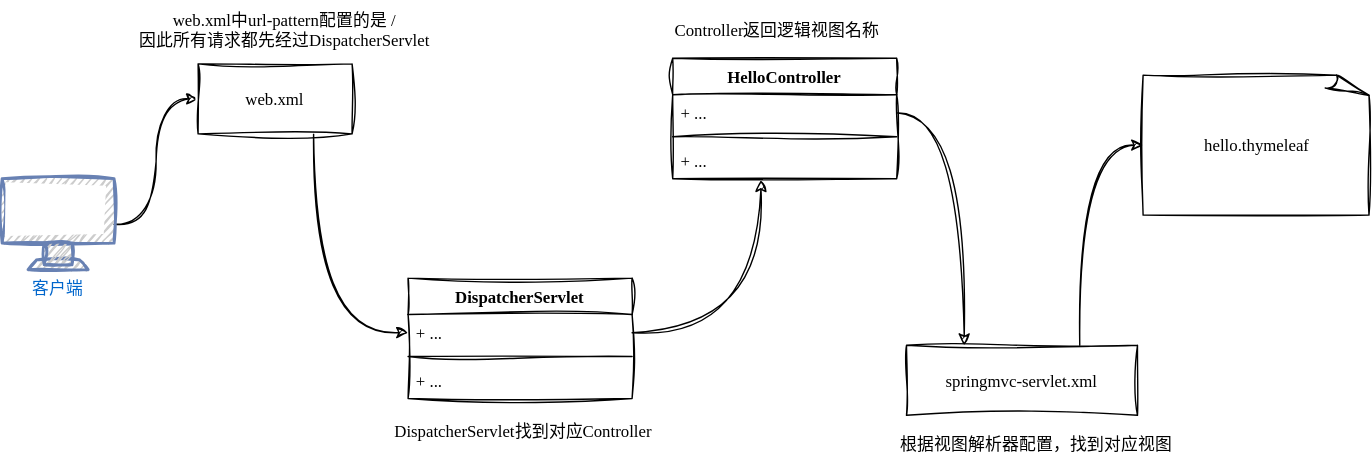
Above: diagrams/java_serve/web_application/mvc/SpringMVC执行过程.svg in luguosong/images (draw.io), before the change. Source tidied: cells renumbered, new cells last; positions are measured from the earlier drawing's top-left corner, leaving out a move shared by most shapes.
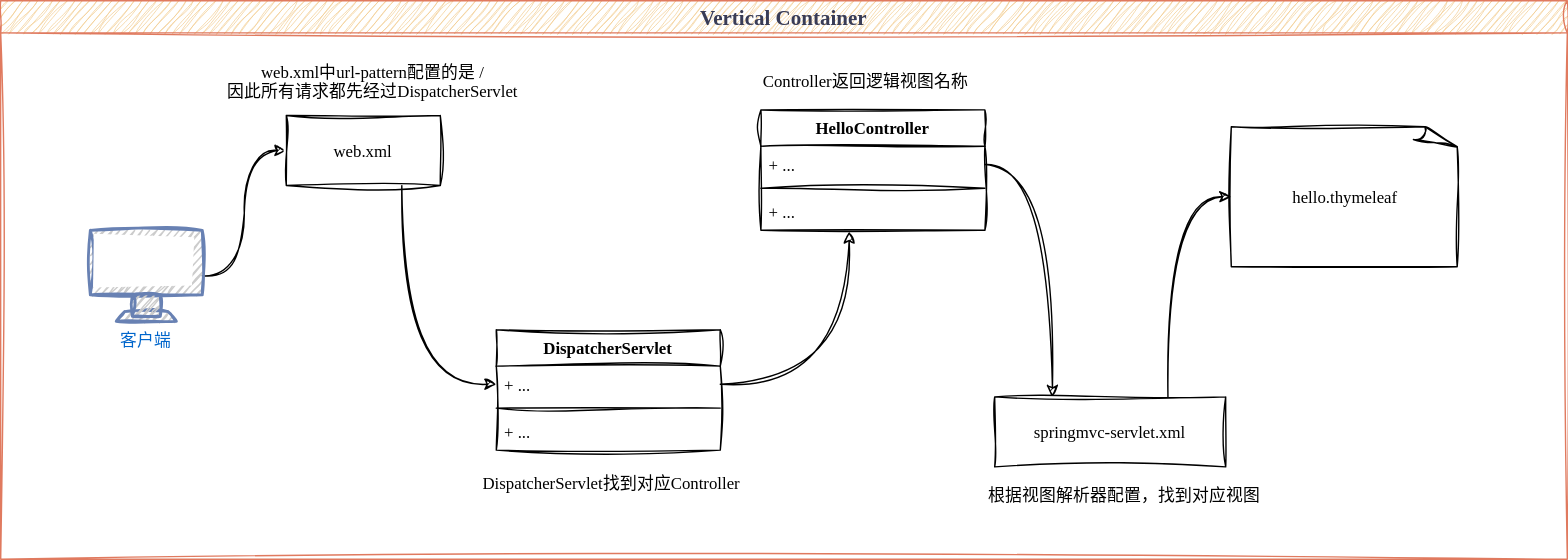
After the commit.

Commit message:
更新SpringMVC执行过程.svg

Diff of the diagram source:
```diff
@@ -1,7 +1,10 @@
-<mxGraphModel>
+<mxGraphModel background="#ffffff">
   <root>
     <mxCell id="0" />
     <mxCell id="1" parent="0" />
+    <mxCell id="23" value="Vertical Container" style="swimlane;sketch=1;hachureGap=4;jiggle=2;curveFitting=1;fontFamily=LXGW WenKai;fontSize=15;strokeColor=#E07A5F;align=center;verticalAlign=middle;fontColor=#393C56;fontStyle=1;fillColor=#F2CC8F;fontSource=https%3A%2F%2Ffonts.googleapis.com%2Fcss%3Ffamily%3DArchitects%2BDaughter;labelBackgroundColor=none;" parent="1" vertex="1">
+      <mxGeometry x="-64" y="-37" width="1119" height="399" as="geometry" />
+    </mxCell>
     <mxCell id="2" style="edgeStyle=orthogonalEdgeStyle;curved=1;rounded=0;jettySize=auto;exitX=1;exitY=0.5;exitDx=0;exitDy=0;exitPerimeter=0;entryX=0;entryY=0.5;entryDx=0;entryDy=0;fontFamily=LXGW WenKai;sketch=1;curveFitting=1;jiggle=2;" parent="1" edge="1" source="3" target="5">
       <mxGeometry relative="1" as="geometry" />
     </mxCell>
```
